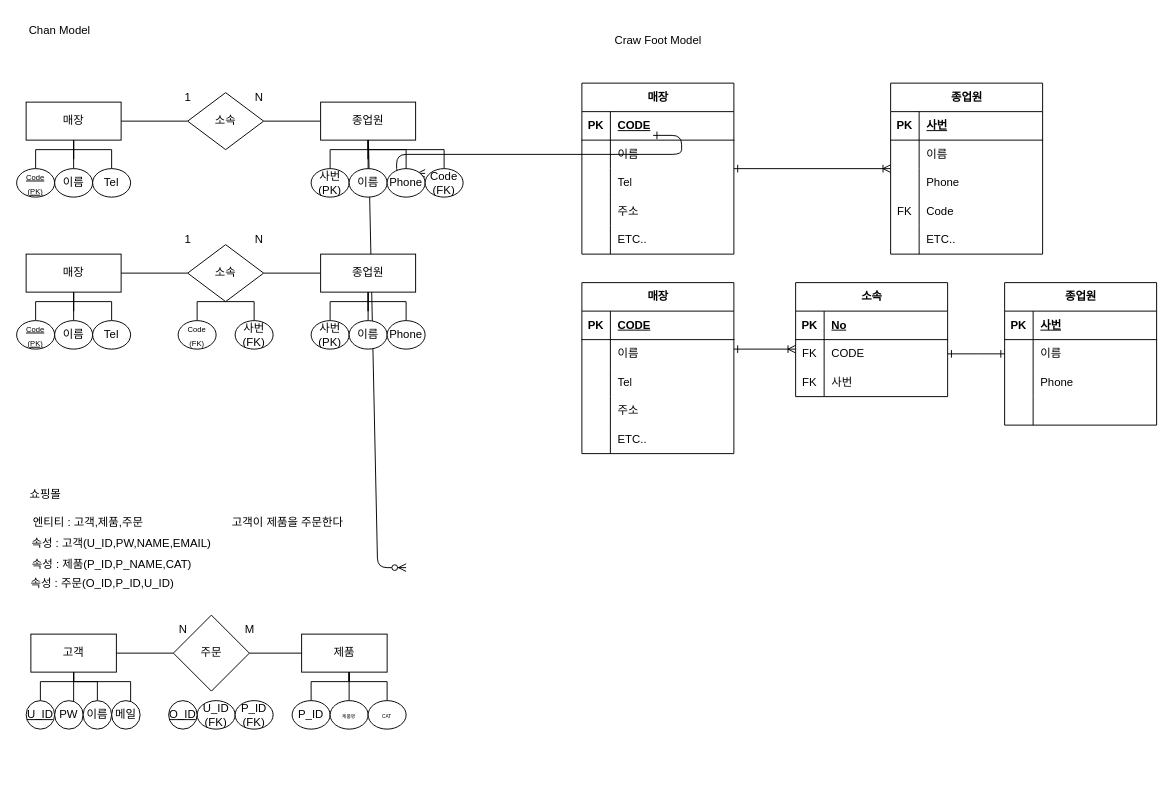
This is Ch02/DB설계 개념적설계 ERD.drawio from jungwoogyun/MYSQL20230508, a draw.io file, before an edit. Source tidied: cells renumbered, new cells numbered last; positions are measured from the earlier drawing's top-left corner, leaving out a move shared by most shapes. Both pictures are drawn from the tidied source at 95%, with x=0, y=0 at pixel (16, 16).
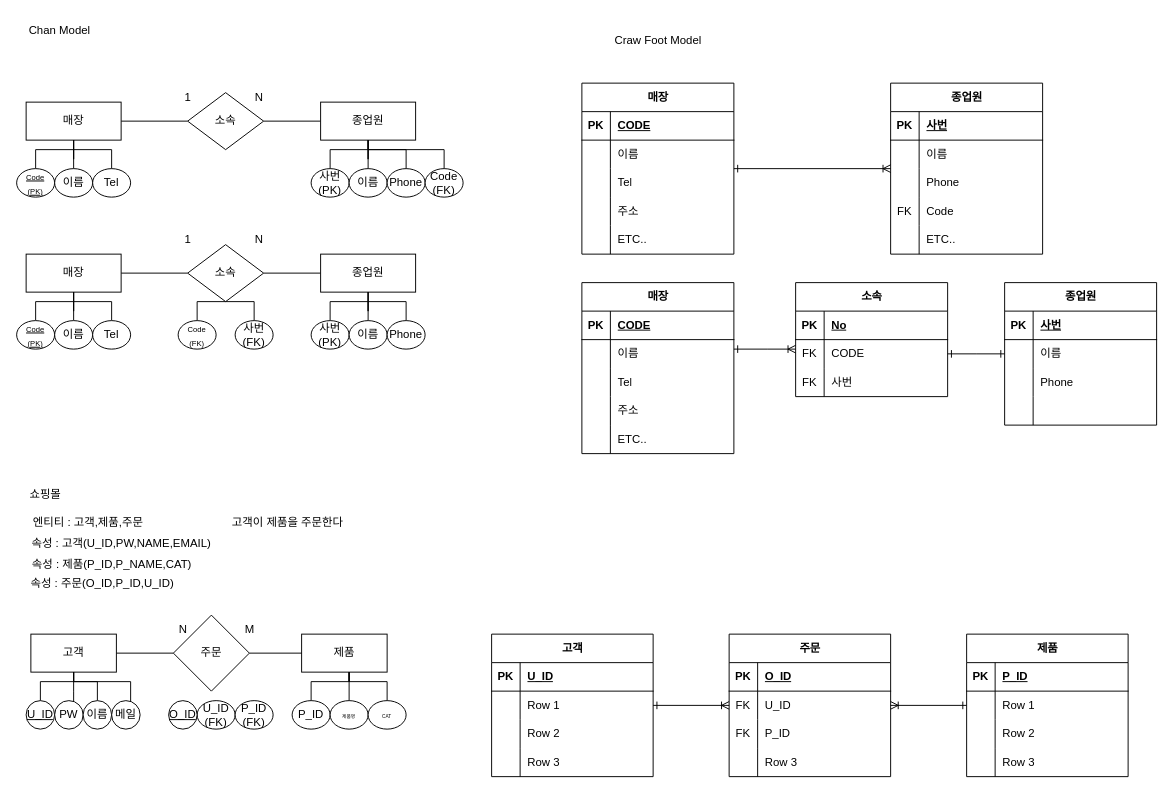
The same diagram, later.

The edit, as a diff of the source:
```diff
@@
-    <mxCell id="2" style="edgeStyle=entityRelationEdgeStyle;endArrow=ERzeroToMany;startArrow=ERone;endFill=1;startFill=0;" parent="1" edge="1">
-      <mxGeometry relative="1" as="geometry">
-        <mxPoint x="340" y="115" as="sourcePoint" />
-        <mxPoint x="410" y="580" as="targetPoint" />
-      </mxGeometry>
-    </mxCell>
-    <mxCell id="3" style="edgeStyle=entityRelationEdgeStyle;endArrow=ERzeroToMany;startArrow=ERone;endFill=1;startFill=0;" parent="1" edge="1">
-      <mxGeometry relative="1" as="geometry">
-        <mxPoint x="670" y="125" as="sourcePoint" />
-        <mxPoint x="430" y="165" as="targetPoint" />
-      </mxGeometry>
-    </mxCell>
@@
+    <mxCell id="155" style="edgeStyle=orthogonalEdgeStyle;rounded=0;jettySize=auto;html=1;endArrow=ERoneToMany;endFill=0;startArrow=ERone;startFill=0;" parent="1" edge="1" source="156" target="170">
+      <mxGeometry relative="1" as="geometry" />
+    </mxCell>
+    <mxCell id="156" value="고객" style="shape=table;startSize=30;childLayout=tableLayout;rowLines=0;fontStyle=1;align=center;html=1;" parent="1" vertex="1">
+      <mxGeometry x="500" y="650" width="170" height="150" as="geometry" />
+    </mxCell>
+    <mxCell id="157" style="shape=tableRow;horizontal=0;startSize=0;swimlaneHead=0;swimlaneBody=0;fillColor=none;top=0;left=0;right=0;bottom=1;" parent="156" vertex="1">
+      <mxGeometry y="30" width="170" height="30" as="geometry" />
+    </mxCell>
+    <mxCell id="158" value="PK" style="shape=partialRectangle;fillColor=none;top=0;left=0;bottom=0;right=0;fontStyle=1;overflow=hidden;whiteSpace=wrap;html=1;" parent="157" vertex="1">
+      <mxGeometry width="30" height="30" as="geometry" />
+    </mxCell>
+    <mxCell id="159" value="U_ID" style="shape=partialRectangle;fillColor=none;top=0;left=0;bottom=0;right=0;align=left;spacingLeft=6;fontStyle=5;overflow=hidden;whiteSpace=wrap;html=1;" parent="157" vertex="1">
+      <mxGeometry x="30" width="140" height="30" as="geometry" />
+    </mxCell>
+    <mxCell id="160" style="shape=tableRow;horizontal=0;startSize=0;swimlaneHead=0;swimlaneBody=0;fillColor=none;top=0;left=0;right=0;bottom=0;" parent="156" vertex="1">
+      <mxGeometry y="60" width="170" height="30" as="geometry" />
+    </mxCell>
+    <mxCell id="161" style="shape=partialRectangle;fillColor=none;top=0;left=0;bottom=0;right=0;overflow=hidden;whiteSpace=wrap;html=1;" parent="160" vertex="1">
+      <mxGeometry width="30" height="30" as="geometry" />
+    </mxCell>
+    <mxCell id="162" value="Row 1" style="shape=partialRectangle;fillColor=none;top=0;left=0;bottom=0;right=0;align=left;spacingLeft=6;overflow=hidden;whiteSpace=wrap;html=1;" parent="160" vertex="1">
+      <mxGeometry x="30" width="140" height="30" as="geometry" />
+    </mxCell>
+    <mxCell id="163" style="shape=tableRow;horizontal=0;startSize=0;swimlaneHead=0;swimlaneBody=0;fillColor=none;top=0;left=0;right=0;bottom=0;" parent="156" vertex="1">
+      <mxGeometry y="90" width="170" height="30" as="geometry" />
+    </mxCell>
+    <mxCell id="164" style="shape=partialRectangle;fillColor=none;top=0;left=0;bottom=0;right=0;overflow=hidden;whiteSpace=wrap;html=1;" parent="163" vertex="1">
+      <mxGeometry width="30" height="30" as="geometry" />
+    </mxCell>
+    <mxCell id="165" value="Row 2" style="shape=partialRectangle;fillColor=none;top=0;left=0;bottom=0;right=0;align=left;spacingLeft=6;overflow=hidden;whiteSpace=wrap;html=1;" parent="163" vertex="1">
+      <mxGeometry x="30" width="140" height="30" as="geometry" />
+    </mxCell>
+    <mxCell id="166" style="shape=tableRow;horizontal=0;startSize=0;swimlaneHead=0;swimlaneBody=0;fillColor=none;top=0;left=0;right=0;bottom=0;" parent="156" vertex="1">
+      <mxGeometry y="120" width="170" height="30" as="geometry" />
+    </mxCell>
+    <mxCell id="167" style="shape=partialRectangle;fillColor=none;top=0;left=0;bottom=0;right=0;overflow=hidden;whiteSpace=wrap;html=1;" parent="166" vertex="1">
+      <mxGeometry width="30" height="30" as="geometry" />
+    </mxCell>
+    <mxCell id="168" value="Row 3" style="shape=partialRectangle;fillColor=none;top=0;left=0;bottom=0;right=0;align=left;spacingLeft=6;overflow=hidden;whiteSpace=wrap;html=1;" parent="166" vertex="1">
+      <mxGeometry x="30" width="140" height="30" as="geometry" />
+    </mxCell>
+    <mxCell id="169" style="edgeStyle=orthogonalEdgeStyle;rounded=0;jettySize=auto;html=1;startArrow=ERoneToMany;startFill=0;endArrow=ERone;endFill=0;" parent="1" edge="1" source="170" target="183">
+      <mxGeometry relative="1" as="geometry" />
+    </mxCell>
+    <mxCell id="170" value="주문" style="shape=table;startSize=30;childLayout=tableLayout;rowLines=0;fontStyle=1;align=center;html=1;" parent="1" vertex="1">
+      <mxGeometry x="750" y="650" width="170" height="150" as="geometry" />
+    </mxCell>
+    <mxCell id="171" style="shape=tableRow;horizontal=0;startSize=0;swimlaneHead=0;swimlaneBody=0;fillColor=none;top=0;left=0;right=0;bottom=1;" parent="170" vertex="1">
+      <mxGeometry y="30" width="170" height="30" as="geometry" />
+    </mxCell>
+    <mxCell id="172" value="PK" style="shape=partialRectangle;fillColor=none;top=0;left=0;bottom=0;right=0;fontStyle=1;overflow=hidden;whiteSpace=wrap;html=1;" parent="171" vertex="1">
+      <mxGeometry width="30" height="30" as="geometry" />
+    </mxCell>
+    <mxCell id="173" value="O_ID" style="shape=partialRectangle;fillColor=none;top=0;left=0;bottom=0;right=0;align=left;spacingLeft=6;fontStyle=5;overflow=hidden;whiteSpace=wrap;html=1;" parent="171" vertex="1">
+      <mxGeometry x="30" width="140" height="30" as="geometry" />
+    </mxCell>
+    <mxCell id="174" style="shape=tableRow;horizontal=0;startSize=0;swimlaneHead=0;swimlaneBody=0;fillColor=none;top=0;left=0;right=0;bottom=0;" parent="170" vertex="1">
+      <mxGeometry y="60" width="170" height="30" as="geometry" />
+    </mxCell>
+    <mxCell id="175" value="FK" style="shape=partialRectangle;fillColor=none;top=0;left=0;bottom=0;right=0;overflow=hidden;whiteSpace=wrap;html=1;" parent="174" vertex="1">
+      <mxGeometry width="30" height="30" as="geometry" />
+    </mxCell>
+    <mxCell id="176" value="U_ID" style="shape=partialRectangle;fillColor=none;top=0;left=0;bottom=0;right=0;align=left;spacingLeft=6;overflow=hidden;whiteSpace=wrap;html=1;" parent="174" vertex="1">
+      <mxGeometry x="30" width="140" height="30" as="geometry" />
+    </mxCell>
+    <mxCell id="177" style="shape=tableRow;horizontal=0;startSize=0;swimlaneHead=0;swimlaneBody=0;fillColor=none;top=0;left=0;right=0;bottom=0;" parent="170" vertex="1">
+      <mxGeometry y="90" width="170" height="30" as="geometry" />
+    </mxCell>
+    <mxCell id="178" value="FK" style="shape=partialRectangle;fillColor=none;top=0;left=0;bottom=0;right=0;overflow=hidden;whiteSpace=wrap;html=1;" parent="177" vertex="1">
+      <mxGeometry width="30" height="30" as="geometry" />
+    </mxCell>
+    <mxCell id="179" value="P_ID" style="shape=partialRectangle;fillColor=none;top=0;left=0;bottom=0;right=0;align=left;spacingLeft=6;overflow=hidden;whiteSpace=wrap;html=1;" parent="177" vertex="1">
+      <mxGeometry x="30" width="140" height="30" as="geometry" />
+    </mxCell>
+    <mxCell id="180" style="shape=tableRow;horizontal=0;startSize=0;swimlaneHead=0;swimlaneBody=0;fillColor=none;top=0;left=0;right=0;bottom=0;" parent="170" vertex="1">
+      <mxGeometry y="120" width="170" height="30" as="geometry" />
+    </mxCell>
+    <mxCell id="181" style="shape=partialRectangle;fillColor=none;top=0;left=0;bottom=0;right=0;overflow=hidden;whiteSpace=wrap;html=1;" parent="180" vertex="1">
+      <mxGeometry width="30" height="30" as="geometry" />
+    </mxCell>
+    <mxCell id="182" value="Row 3" style="shape=partialRectangle;fillColor=none;top=0;left=0;bottom=0;right=0;align=left;spacingLeft=6;overflow=hidden;whiteSpace=wrap;html=1;" parent="180" vertex="1">
+      <mxGeometry x="30" width="140" height="30" as="geometry" />
+    </mxCell>
+    <mxCell id="183" value="제품" style="shape=table;startSize=30;childLayout=tableLayout;rowLines=0;fontStyle=1;align=center;html=1;" parent="1" vertex="1">
+      <mxGeometry x="1000" y="650" width="170" height="150" as="geometry" />
+    </mxCell>
+    <mxCell id="184" style="shape=tableRow;horizontal=0;startSize=0;swimlaneHead=0;swimlaneBody=0;fillColor=none;top=0;left=0;right=0;bottom=1;" parent="183" vertex="1">
+      <mxGeometry y="30" width="170" height="30" as="geometry" />
+    </mxCell>
+    <mxCell id="185" value="PK" style="shape=partialRectangle;fillColor=none;top=0;left=0;bottom=0;right=0;fontStyle=1;overflow=hidden;whiteSpace=wrap;html=1;" parent="184" vertex="1">
+      <mxGeometry width="30" height="30" as="geometry" />
+    </mxCell>
+    <mxCell id="186" value="P_ID" style="shape=partialRectangle;fillColor=none;top=0;left=0;bottom=0;right=0;align=left;spacingLeft=6;fontStyle=5;overflow=hidden;whiteSpace=wrap;html=1;" parent="184" vertex="1">
+      <mxGeometry x="30" width="140" height="30" as="geometry" />
+    </mxCell>
+    <mxCell id="187" style="shape=tableRow;horizontal=0;startSize=0;swimlaneHead=0;swimlaneBody=0;fillColor=none;top=0;left=0;right=0;bottom=0;" parent="183" vertex="1">
+      <mxGeometry y="60" width="170" height="30" as="geometry" />
+    </mxCell>
+    <mxCell id="188" style="shape=partialRectangle;fillColor=none;top=0;left=0;bottom=0;right=0;overflow=hidden;whiteSpace=wrap;html=1;" parent="187" vertex="1">
+      <mxGeometry width="30" height="30" as="geometry" />
+    </mxCell>
+    <mxCell id="189" value="Row 1" style="shape=partialRectangle;fillColor=none;top=0;left=0;bottom=0;right=0;align=left;spacingLeft=6;overflow=hidden;whiteSpace=wrap;html=1;" parent="187" vertex="1">
+      <mxGeometry x="30" width="140" height="30" as="geometry" />
+    </mxCell>
+    <mxCell id="190" style="shape=tableRow;horizontal=0;startSize=0;swimlaneHead=0;swimlaneBody=0;fillColor=none;top=0;left=0;right=0;bottom=0;" parent="183" vertex="1">
+      <mxGeometry y="90" width="170" height="30" as="geometry" />
+    </mxCell>
+    <mxCell id="191" style="shape=partialRectangle;fillColor=none;top=0;left=0;bottom=0;right=0;overflow=hidden;whiteSpace=wrap;html=1;" parent="190" vertex="1">
+      <mxGeometry width="30" height="30" as="geometry" />
+    </mxCell>
+    <mxCell id="192" value="Row 2" style="shape=partialRectangle;fillColor=none;top=0;left=0;bottom=0;right=0;align=left;spacingLeft=6;overflow=hidden;whiteSpace=wrap;html=1;" parent="190" vertex="1">
+      <mxGeometry x="30" width="140" height="30" as="geometry" />
+    </mxCell>
+    <mxCell id="193" style="shape=tableRow;horizontal=0;startSize=0;swimlaneHead=0;swimlaneBody=0;fillColor=none;top=0;left=0;right=0;bottom=0;" parent="183" vertex="1">
+      <mxGeometry y="120" width="170" height="30" as="geometry" />
+    </mxCell>
+    <mxCell id="194" style="shape=partialRectangle;fillColor=none;top=0;left=0;bottom=0;right=0;overflow=hidden;whiteSpace=wrap;html=1;" parent="193" vertex="1">
+      <mxGeometry width="30" height="30" as="geometry" />
+    </mxCell>
+    <mxCell id="195" value="Row 3" style="shape=partialRectangle;fillColor=none;top=0;left=0;bottom=0;right=0;align=left;spacingLeft=6;overflow=hidden;whiteSpace=wrap;html=1;" parent="193" vertex="1">
+      <mxGeometry x="30" width="140" height="30" as="geometry" />
+    </mxCell>
```
